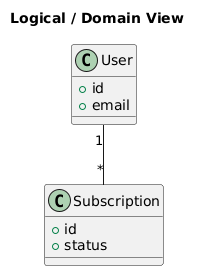
SevDev21/disney-ai-plus keeps this PlantUML diagram as docs/diagrams/hover-and-click/images/logical-diagram.png. Above is the earlier version. Its diagram source:
```plantuml
@startuml


title Logical / Domain View

class User {
  +id
  +email
}

class Subscription {
  +id
  +status
}

User "1" -- "*" Subscription
@enduml
```
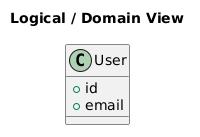
After the change.

Diff of the diagram source:
```diff
@@ -1,17 +1,8 @@
 @startuml
-
-
 title Logical / Domain View
 
 class User {
   +id
   +email
 }
-
-class Subscription {
-  +id
-  +status
-}
-
-User "1" -- "*" Subscription
 @enduml
```
